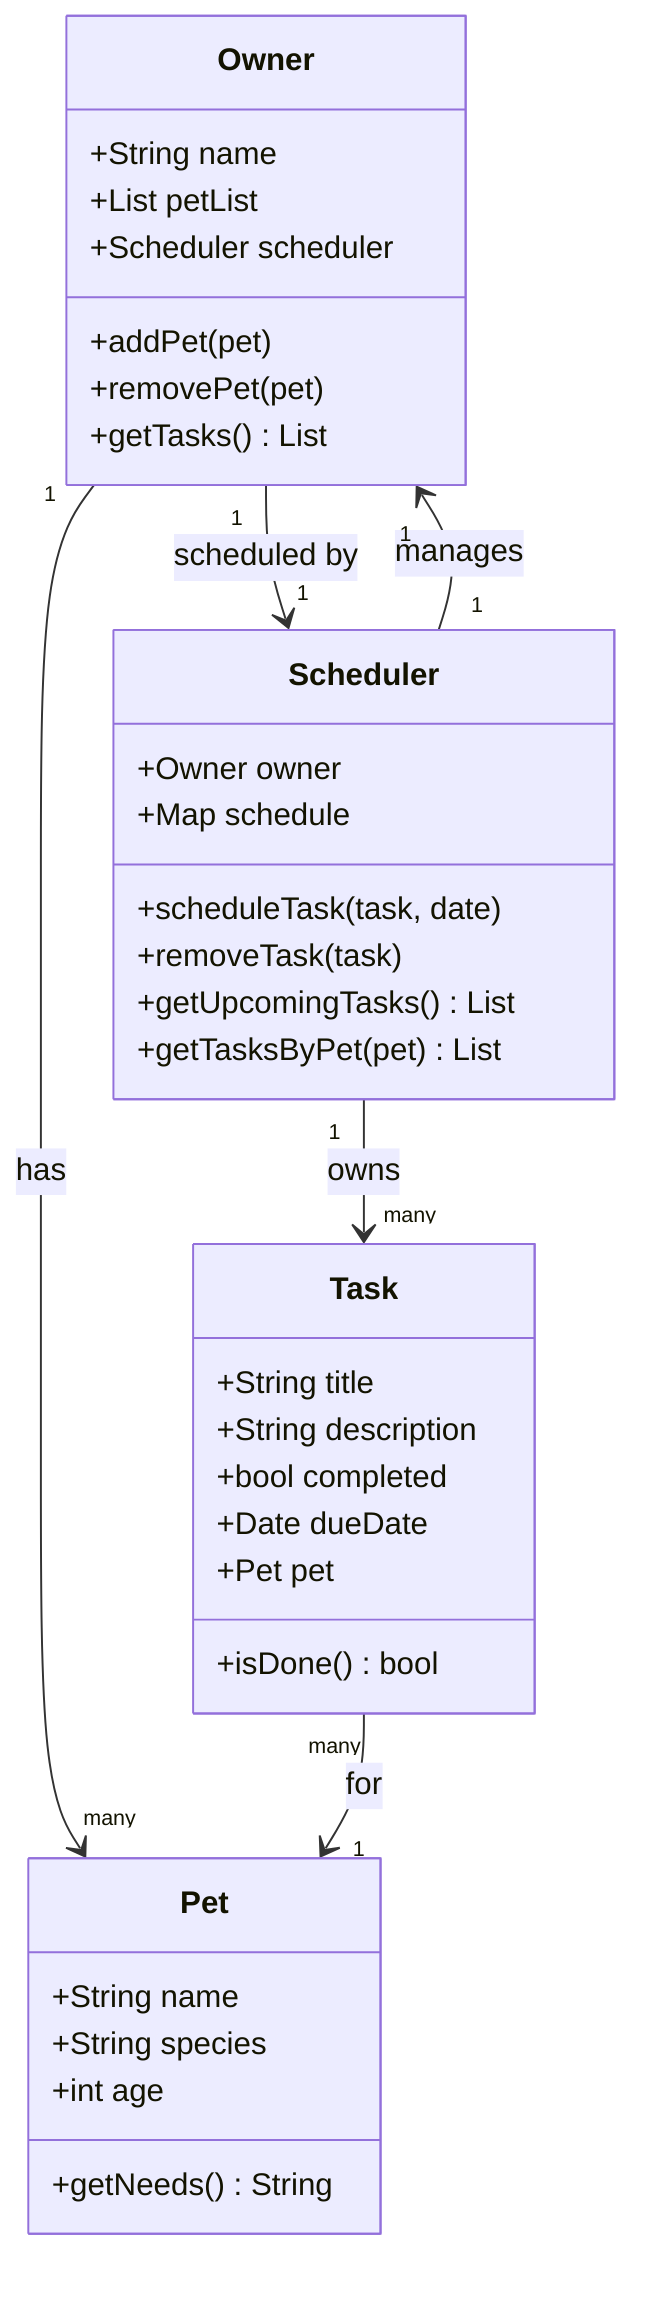
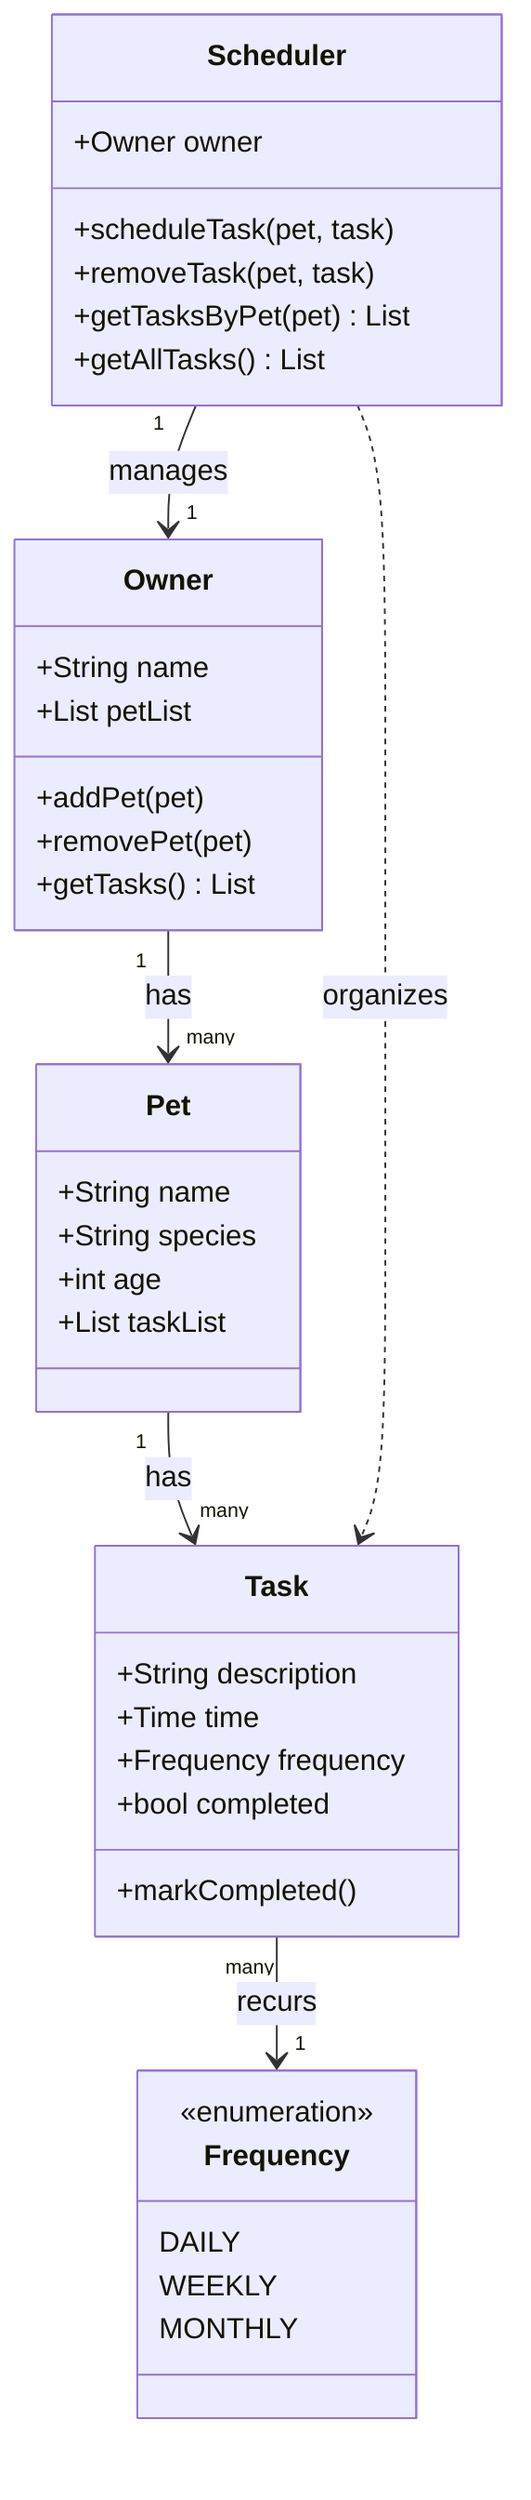
classDiagram
    class Owner {
        +String name
        +List petList
-         +Scheduler scheduler
        +addPet(pet)
        +removePet(pet)
        +getTasks() List
    }

    class Pet {
        +String name
        +String species
        +int age
-         +getNeeds() String
+         +List taskList
    }

    class Task {
-         +String title
        +String description
+         +Time time
+         +Frequency frequency
        +bool completed
-         +Date dueDate
-         +Pet pet
-         +isDone() bool
+         +markCompleted()
+     }
+ 
+     class Frequency {
+         <<enumeration>>
+         DAILY
+         WEEKLY
+         MONTHLY
    }

    class Scheduler {
        +Owner owner
-         +Map schedule
-         +scheduleTask(task, date)
-         +removeTask(task)
-         +getUpcomingTasks() List
+         +scheduleTask(pet, task)
+         +removeTask(pet, task)
        +getTasksByPet(pet) List
+         +getAllTasks() List
    }

    Owner "1" --> "many" Pet : has
-     Owner "1" --> "1" Scheduler : scheduled by
+     Pet "1" --> "many" Task : has
+     Task "many" --> "1" Frequency : recurs
    Scheduler "1" --> "1" Owner : manages
-     Scheduler "1" --> "many" Task : owns
-     Task "many" --> "1" Pet : for
+     Scheduler ..> Task : organizes
